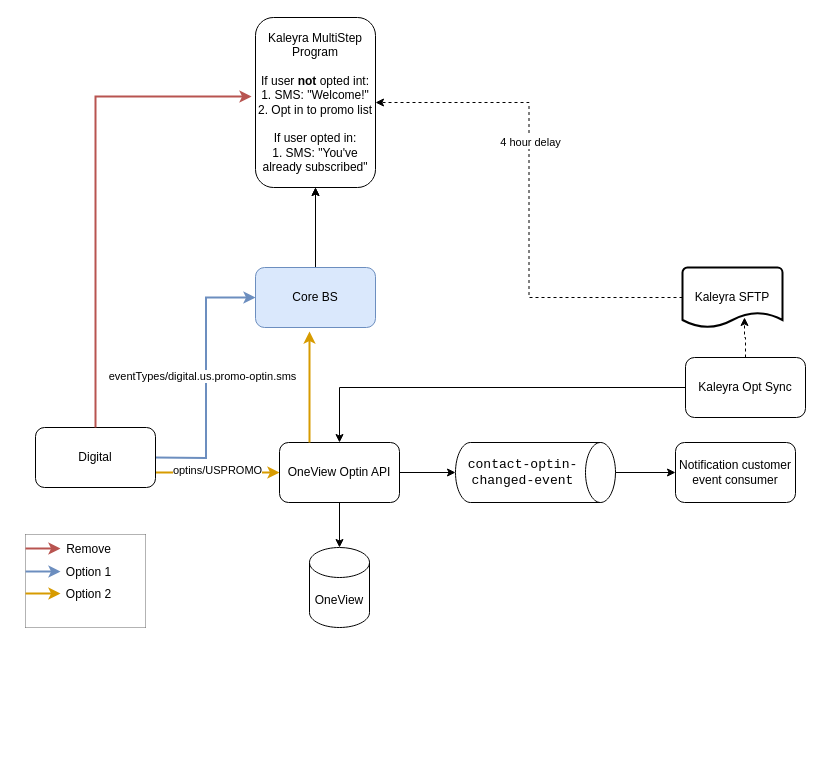
Above: drawings/Digital Optin integration.drawio in AarellanoH/draw_io (draw.io), before the change. Source tidied: cells renumbered, new cells numbered last; positions are measured from the earlier drawing's top-left corner, leaving out a move shared by most shapes. Both pictures are drawn from the tidied source at 100%, with x=0, y=0 at pixel (25, 17).
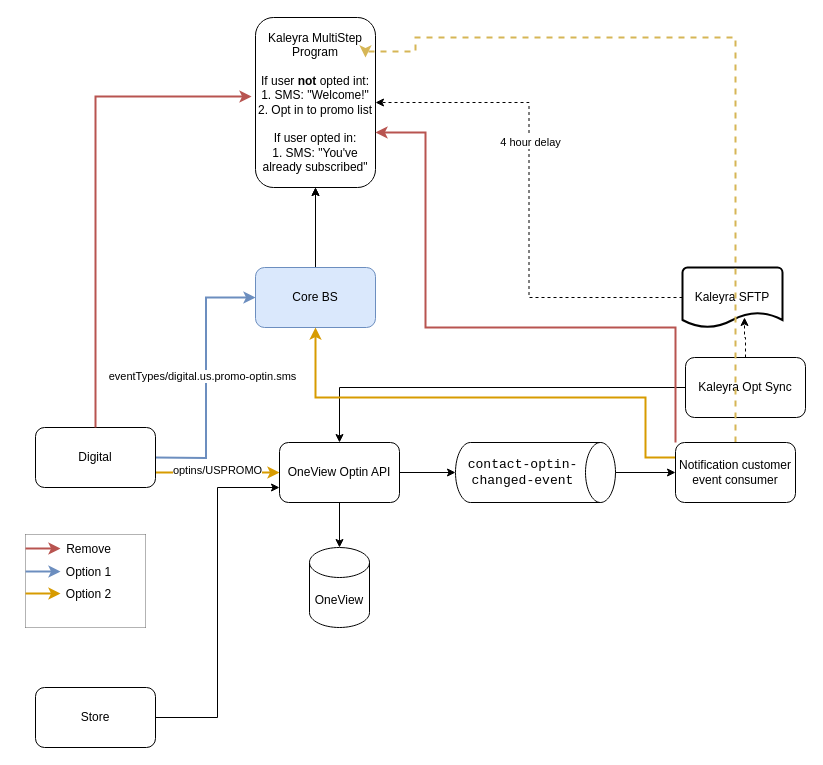
The same diagram, later.

The change refers to these unchanged cells:
```xml
<mxCell id="14" value="Core BS" style="rounded=1;whiteSpace=wrap;html=1;fillColor=#dae8fc;strokeColor=#6c8ebf;" parent="1" vertex="1">
  <mxGeometry x="230" y="250" width="120" height="60" as="geometry" />
</mxCell>
<mxCell id="20" value="Kaleyra MultiStep&lt;div&gt;Program&lt;/div&gt;&lt;div&gt;&lt;br&gt;&lt;/div&gt;&lt;div&gt;&lt;div&gt;If user&amp;nbsp;&lt;b&gt;not&amp;nbsp;&lt;/b&gt;opted int:&lt;/div&gt;&lt;div&gt;1. SMS: &quot;Welcome!&quot;&lt;/div&gt;&lt;div&gt;2. Opt in to promo list&lt;br&gt;&lt;br&gt;&lt;/div&gt;If user opted in:&lt;/div&gt;&lt;div&gt;1. SMS: &quot;You've already subscribed&quot;&lt;/div&gt;" style="rounded=1;whiteSpace=wrap;html=1;" parent="1" vertex="1">
  <mxGeometry x="230" width="120" height="170" as="geometry" />
</mxCell>
<mxCell id="28" value="OneView Optin API" style="rounded=1;whiteSpace=wrap;html=1;" parent="1" vertex="1">
  <mxGeometry x="254" y="425" width="120" height="60" as="geometry" />
</mxCell>
<mxCell id="32" value="Notification customer event consumer" style="rounded=1;whiteSpace=wrap;html=1;" parent="1" vertex="1">
  <mxGeometry x="650" y="425" width="120" height="60" as="geometry" />
</mxCell>
```

Change to the diagram source:
```diff
@@
+    <mxCell id="36" style="edgeStyle=orthogonalEdgeStyle;rounded=0;jettySize=auto;html=1;exitX=0;exitY=0.25;exitDx=0;exitDy=0;entryX=0.5;entryY=1;entryDx=0;entryDy=0;fillColor=#ffe6cc;strokeColor=#d79b00;strokeWidth=2;" parent="1" edge="1" source="32" target="14">
+      <mxGeometry relative="1" as="geometry">
+        <Array as="points">
+          <mxPoint x="620" y="440" />
+          <mxPoint x="620" y="380" />
+          <mxPoint x="290" y="380" />
+        </Array>
+      </mxGeometry>
+    </mxCell>
+    <mxCell id="37" style="edgeStyle=orthogonalEdgeStyle;rounded=0;jettySize=auto;html=1;dashed=1;fillColor=#fff2cc;strokeColor=#d6b656;strokeWidth=2;" parent="1" edge="1" source="32">
+      <mxGeometry relative="1" as="geometry">
+        <mxPoint x="340" y="40" as="targetPoint" />
+        <Array as="points">
+          <mxPoint x="710" y="20" />
+          <mxPoint x="390" y="20" />
+          <mxPoint x="390" y="34" />
+          <mxPoint x="340" y="34" />
+        </Array>
+      </mxGeometry>
+    </mxCell>
@@
-    <mxCell id="34" style="edgeStyle=orthogonalEdgeStyle;rounded=0;jettySize=auto;html=1;entryX=0.45;entryY=1.067;entryDx=0;entryDy=0;entryPerimeter=0;fillColor=#ffe6cc;strokeColor=#d79b00;exitX=0.25;exitY=0;exitDx=0;exitDy=0;strokeWidth=2;" parent="1" edge="1" source="28" target="14">
-      <mxGeometry relative="1" as="geometry" />
-    </mxCell>
@@
+    <mxCell id="38" style="edgeStyle=orthogonalEdgeStyle;rounded=0;jettySize=auto;html=1;exitX=0;exitY=0;exitDx=0;exitDy=0;entryX=1;entryY=0.676;entryDx=0;entryDy=0;entryPerimeter=0;fillColor=#f8cecc;strokeColor=#b85450;strokeWidth=2;" parent="1" edge="1" source="32" target="20">
+      <mxGeometry relative="1" as="geometry">
+        <Array as="points">
+          <mxPoint x="650" y="310" />
+          <mxPoint x="400" y="310" />
+          <mxPoint x="400" y="115" />
+        </Array>
+      </mxGeometry>
+    </mxCell>
+    <mxCell id="39" style="edgeStyle=orthogonalEdgeStyle;rounded=0;jettySize=auto;html=1;entryX=0;entryY=0.75;entryDx=0;entryDy=0;" parent="1" edge="1" source="40" target="28">
+      <mxGeometry relative="1" as="geometry" />
+    </mxCell>
+    <mxCell id="40" value="Store" style="rounded=1;whiteSpace=wrap;html=1;" parent="1" vertex="1">
+      <mxGeometry x="10" y="670" width="120" height="60" as="geometry" />
+    </mxCell>
```
